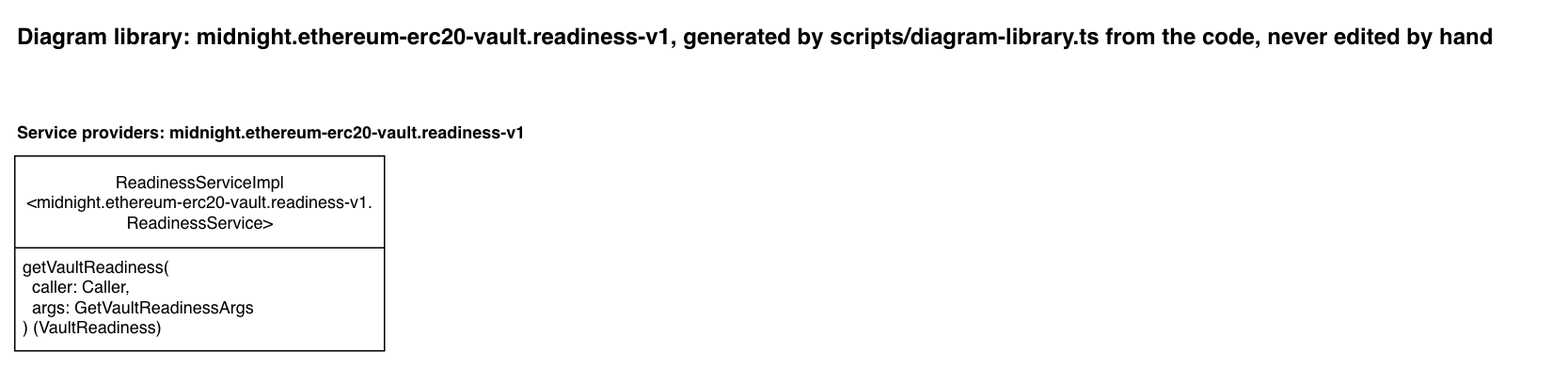
Before: docs/diagram-library/midnight/ethereum-erc20-vault/readiness-v1/diagram-library.drawio.png, a diagram exported from draw.io (sig-net/full-stack-demo). Source tidied: cells renumbered, new cells last; positions are measured from the earlier drawing's top-left corner, leaving out a move shared by most shapes. The source it was exported from:
```xml
<mxGraphModel>
  <root>
    <mxCell id="0" />
    <mxCell id="1" parent="0" />
    <mxCell id="2" value="Diagram library: midnight.ethereum-erc20-vault.readiness-v1, generated by scripts/diagram-library.ts from the code, never edited by hand" style="text;html=1;fontStyle=1;fontSize=16;" parent="1" vertex="1">
      <mxGeometry width="1090" height="30" as="geometry" />
    </mxCell>
    <mxCell id="3" value="Service providers: midnight.ethereum-erc20-vault.readiness-v1" style="text;html=1;fontStyle=1;" parent="1" vertex="1">
      <mxGeometry y="70" width="388" height="20" as="geometry" />
    </mxCell>
    <mxCell id="4" value="ReadinessServiceImpl&lt;br&gt;&amp;lt;midnight.ethereum-erc20-vault.readiness-v1.&lt;br&gt;ReadinessService&amp;gt;" style="swimlane;fontStyle=0;horizontal=1;startSize=65;fillColor=default;html=1;fillStyle=solid;" parent="1" vertex="1">
      <mxGeometry y="100" width="262" height="138" as="geometry" />
    </mxCell>
    <mxCell id="5" value="getVaultReadiness(&lt;br&gt;&amp;nbsp; caller: Caller,&lt;br&gt;&amp;nbsp; args: GetVaultReadinessArgs&lt;br&gt;) (VaultReadiness)" style="text;strokeColor=none;fillColor=none;align=left;verticalAlign=top;spacingLeft=4;spacingRight=4;overflow=hidden;whiteSpace=wrap;html=1;" parent="4" vertex="1">
      <mxGeometry y="65" width="262" height="73" as="geometry" />
    </mxCell>
  </root>
</mxGraphModel>
```
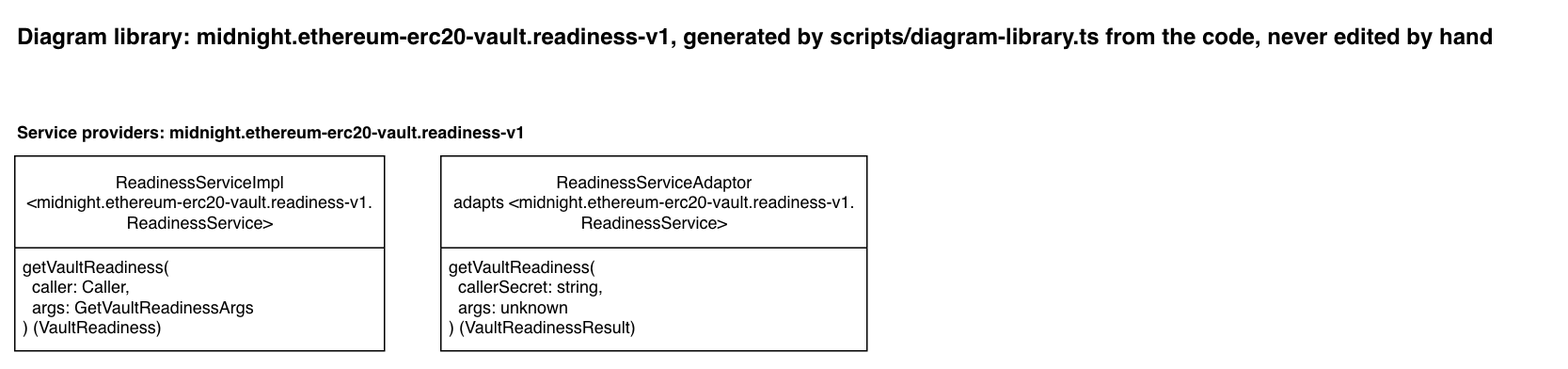
Above is the later version.

Diff of the diagram source:
```diff
@@ -14,5 +14,11 @@
     <mxCell id="5" value="getVaultReadiness(&lt;br&gt;&amp;nbsp; caller: Caller,&lt;br&gt;&amp;nbsp; args: GetVaultReadinessArgs&lt;br&gt;) (VaultReadiness)" style="text;strokeColor=none;fillColor=none;align=left;verticalAlign=top;spacingLeft=4;spacingRight=4;overflow=hidden;whiteSpace=wrap;html=1;" parent="4" vertex="1">
       <mxGeometry y="65" width="262" height="73" as="geometry" />
     </mxCell>
+    <mxCell id="6" value="ReadinessServiceAdaptor&lt;br&gt;adapts &amp;lt;midnight.ethereum-erc20-vault.readiness-v1.&lt;br&gt;ReadinessService&amp;gt;" style="swimlane;fontStyle=0;horizontal=1;startSize=65;fillColor=default;html=1;fillStyle=solid;" parent="1" vertex="1">
+      <mxGeometry x="302" y="100" width="302" height="138" as="geometry" />
+    </mxCell>
+    <mxCell id="7" value="getVaultReadiness(&lt;br&gt;&amp;nbsp; callerSecret: string,&lt;br&gt;&amp;nbsp; args: unknown&lt;br&gt;) (VaultReadinessResult)" style="text;strokeColor=none;fillColor=none;align=left;verticalAlign=top;spacingLeft=4;spacingRight=4;overflow=hidden;whiteSpace=wrap;html=1;" parent="6" vertex="1">
+      <mxGeometry y="65" width="302" height="73" as="geometry" />
+    </mxCell>
   </root>
 </mxGraphModel>
```
